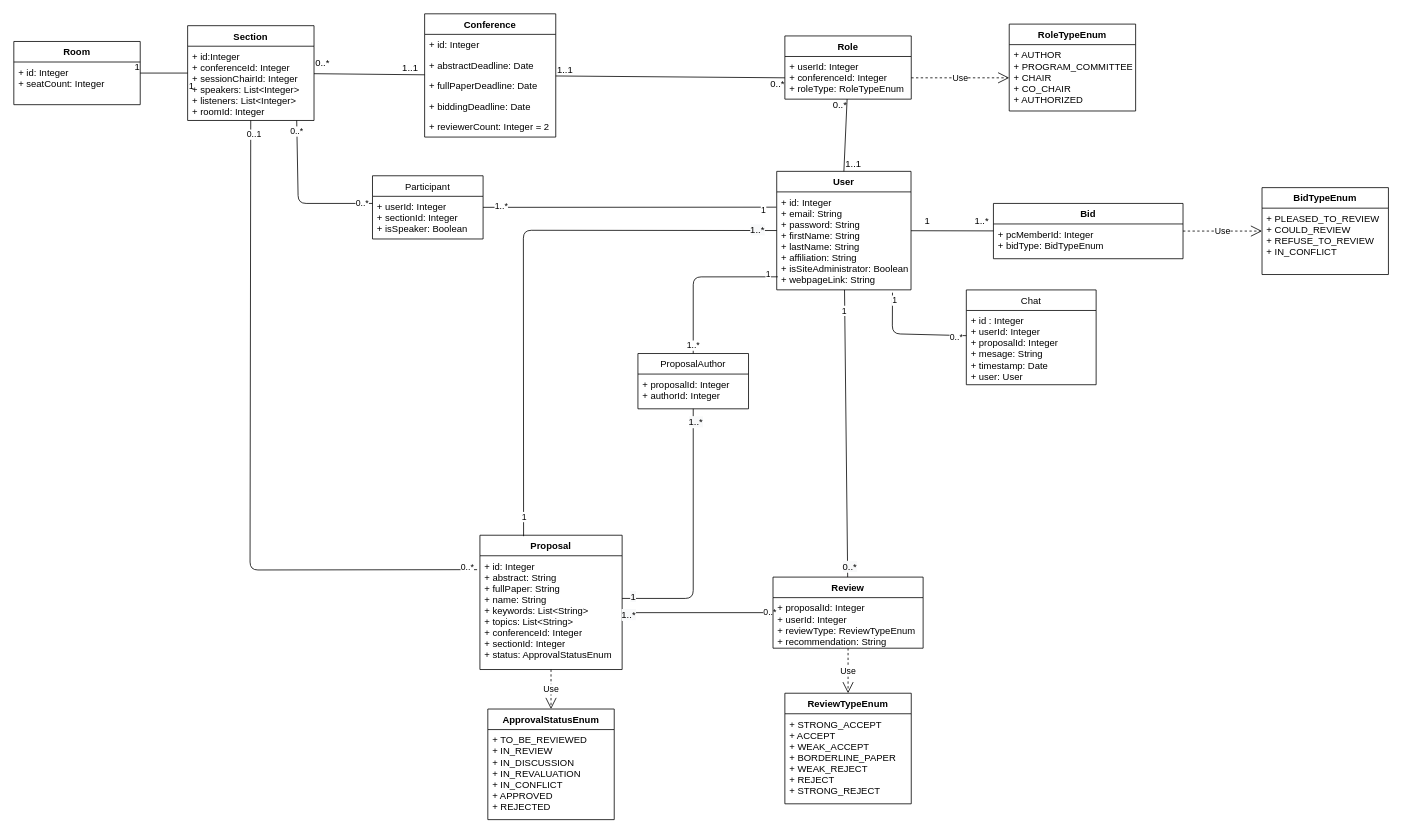
Earlier version of the draw.io diagram page "Page-1" (1 of 4) of Documentation/Diagrams/ClassDiagram.drawio (raresica1234/ATAR-SE). Source tidied: cells renumbered, new cells numbered last; positions are measured from the earlier drawing's top-left corner, leaving out a move shared by most shapes. Both pictures are drawn from the tidied source at 79%, with x=0, y=0 at pixel (13, 13).
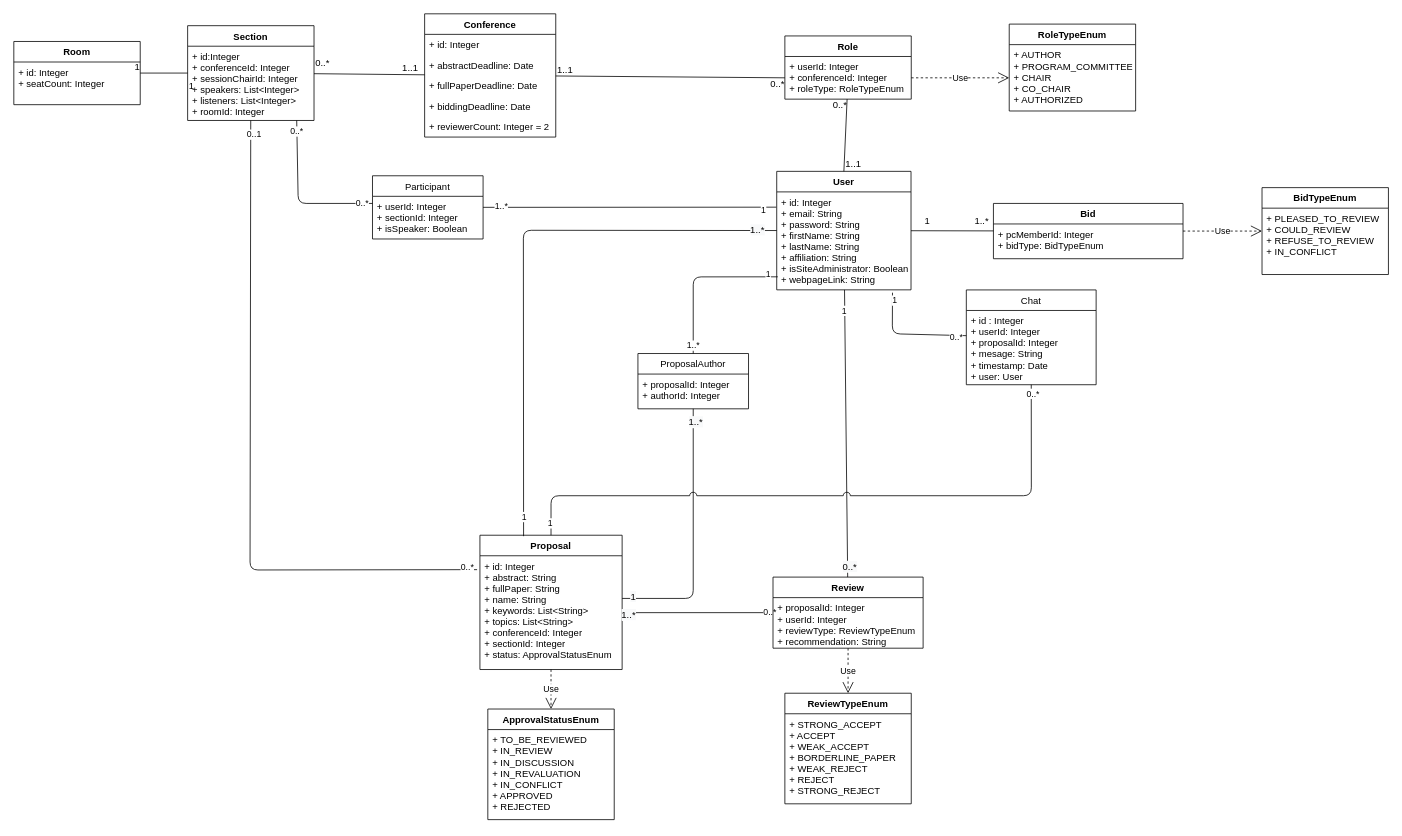
The same diagram, later.

Commit message:
Added link between Chat and Proposal.

The change refers to these unchanged cells:
```xml
<mxCell id="19" value="Proposal" style="swimlane;fontStyle=1;align=center;verticalAlign=top;horizontal=1;startSize=26;" parent="1" vertex="1">
  <mxGeometry x="590" y="660" width="180" height="170" as="geometry" />
</mxCell>
<mxCell id="55" value="Chat" style="swimlane;fontStyle=0;horizontal=1;startSize=26;fillColor=none;" parent="1" vertex="1">
  <mxGeometry x="1205.7" y="349.5" width="164.3" height="120" as="geometry" />
</mxCell>
```

What changed in the source:
```diff
@@
+    <mxCell id="82" style="endArrow=none;html=1;jumpStyle=arc;jumpSize=9;" parent="1" edge="1" source="19" target="55">
+      <mxGeometry relative="1" as="geometry">
+        <Array as="points">
+          <mxPoint x="680" y="610" />
+          <mxPoint x="1288" y="610" />
+        </Array>
+      </mxGeometry>
+    </mxCell>
+    <mxCell id="83" value="1" style="edgeLabel;html=1;align=center;verticalAlign=middle;" parent="82" vertex="1">
+      <mxGeometry x="-0.96" y="2" relative="1" as="geometry" />
+    </mxCell>
+    <mxCell id="84" value="0..*" style="edgeLabel;html=1;align=center;verticalAlign=middle;" parent="82" vertex="1">
+      <mxGeometry x="0.97" y="-2" relative="1" as="geometry" />
+    </mxCell>
```
